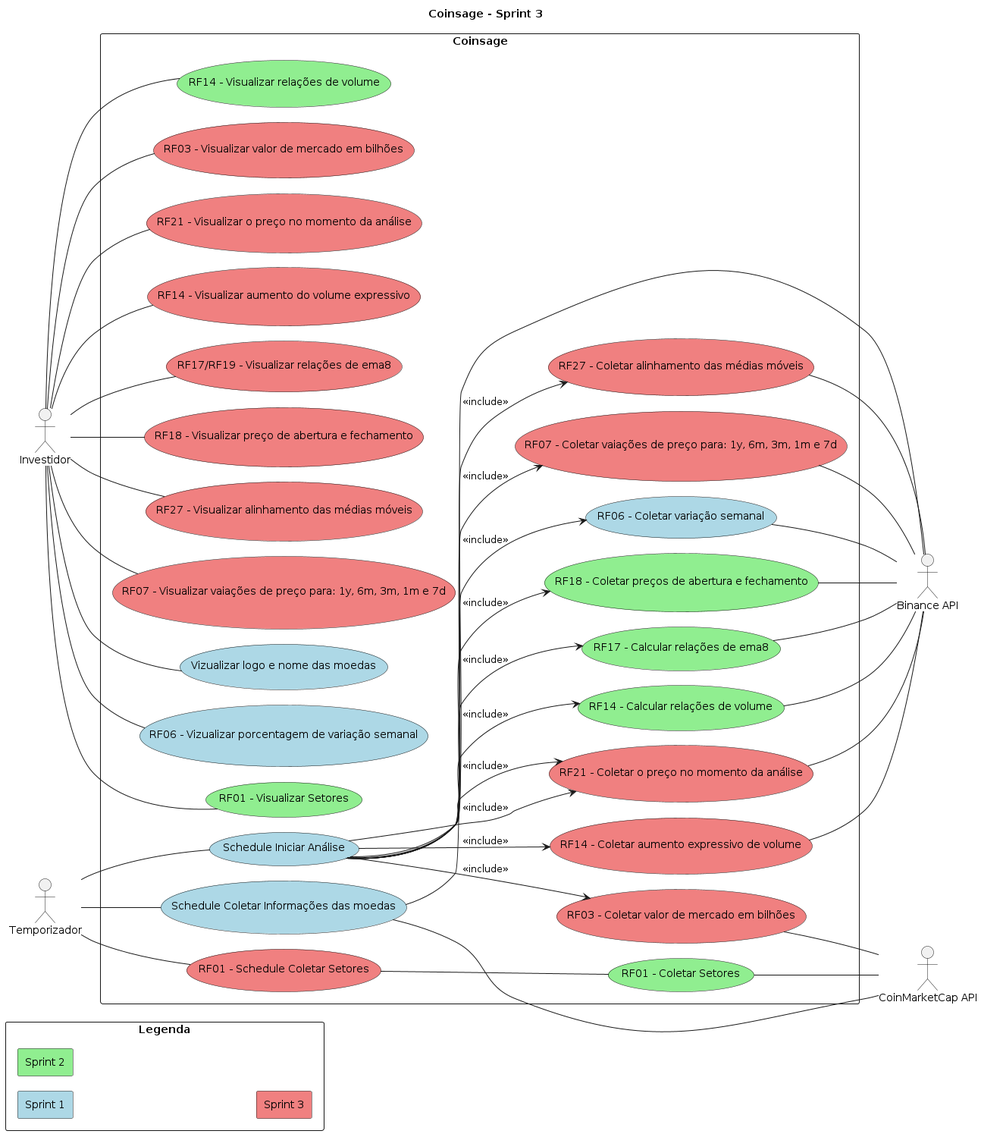
The PlantUML diagram Artefatos/diagramas/casos_de_uso/versions/pngs/current.png in ICEI-PUC-Minas-PPLES-TI/plf-es-2024-1-ti3-8981100-coinsage, before a commit.
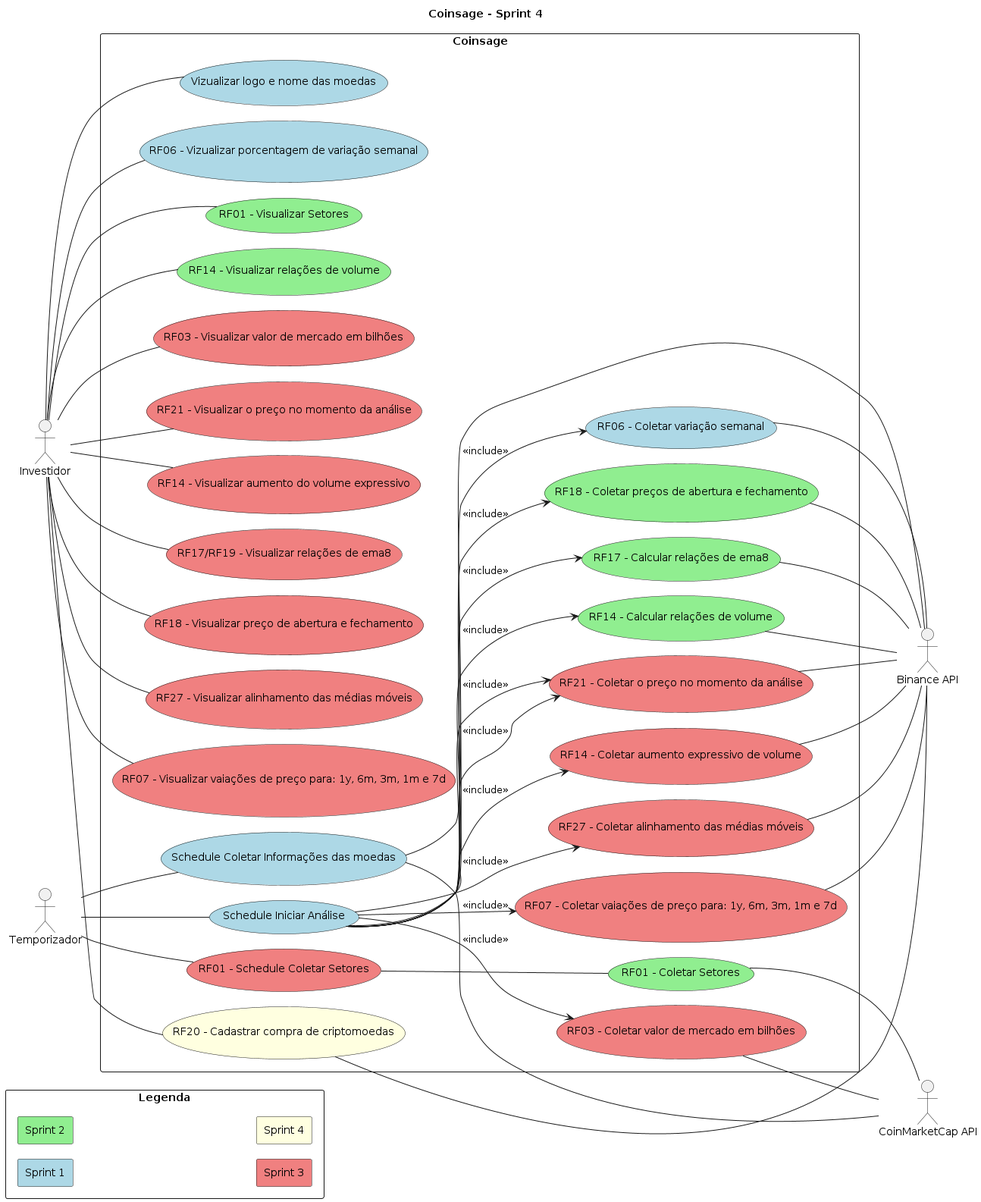
The same file after the commit.

Change to the diagram source:
```diff
@@ -1,5 +1,5 @@
 @startuml
-title Coinsage - Sprint 3
+title Coinsage - Sprint 4
 
 left to right direction
 actor "Investidor" as investor
@@ -15,6 +15,7 @@
     rectangle "Sprint 1" #LightBlue
     rectangle "Sprint 2" #LightGreen
     rectangle "Sprint 3" #LightCoral
+    rectangle "Sprint 4" #LightYellow
 }
 
 rectangle "Coinsage"{
@@ -46,12 +47,15 @@
     usecase "RF18 - Visualizar preço de abertura e fechamento" as view_cripto_open_close #LightCoral /' Should be sprint 2 but not ended '/
     usecase "RF27 - Visualizar alinhamento das médias móveis" as view_emas_aligned #LightCoral
     usecase "RF07 - Visualizar vaiações de preço para: 1y, 6m, 3m, 1m e 7d" as view_cripto_price_variations #LightCoral
+
+    usecase "RF20 - Cadastrar compra de criptomoedas" as register_cripto #LightYellow
 }
 
 schedule -- sch_analysis
 schedule -- sch_cripto_info
 schedule -- sch_sectors
 
+register_cripto -- binance
 sch_cripto_info -- binance
 sch_cripto_info -- cmc
 collect_cripto_week_incresse -- binance
@@ -77,6 +81,7 @@
 investor -- view_market_cap
 investor -- view_emas_aligned
 investor -- view_cripto_price_variations
+investor -- register_cripto
 
 sch_analysis --> collect_cripto_week_incresse  : <<include>>
 sch_analysis --> collect_cripto_current_price  : <<include>>
```
